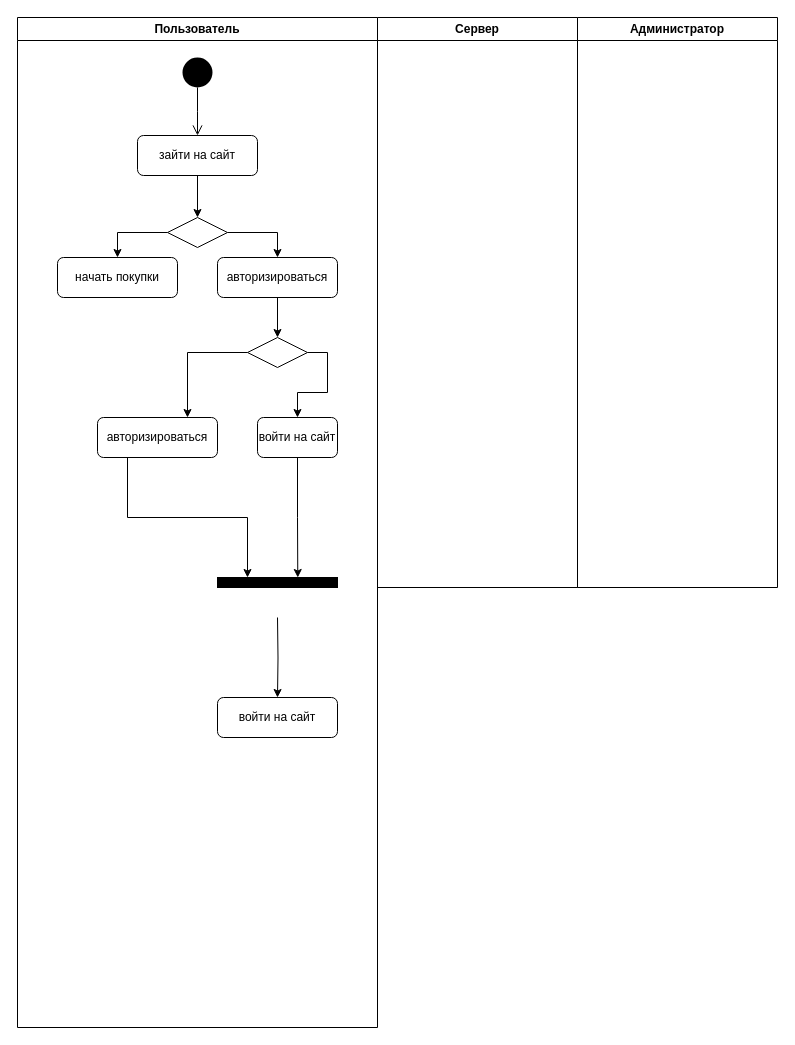
Above: activity.drawio in randomunrandom/MSS (draw.io), before the change. Source tidied: cells renumbered, new cells numbered last; positions are measured from the earlier drawing's top-left corner, leaving out a move shared by most shapes. Both pictures are drawn from the tidied source at 100%, with x=0, y=0 at pixel (17, 17).
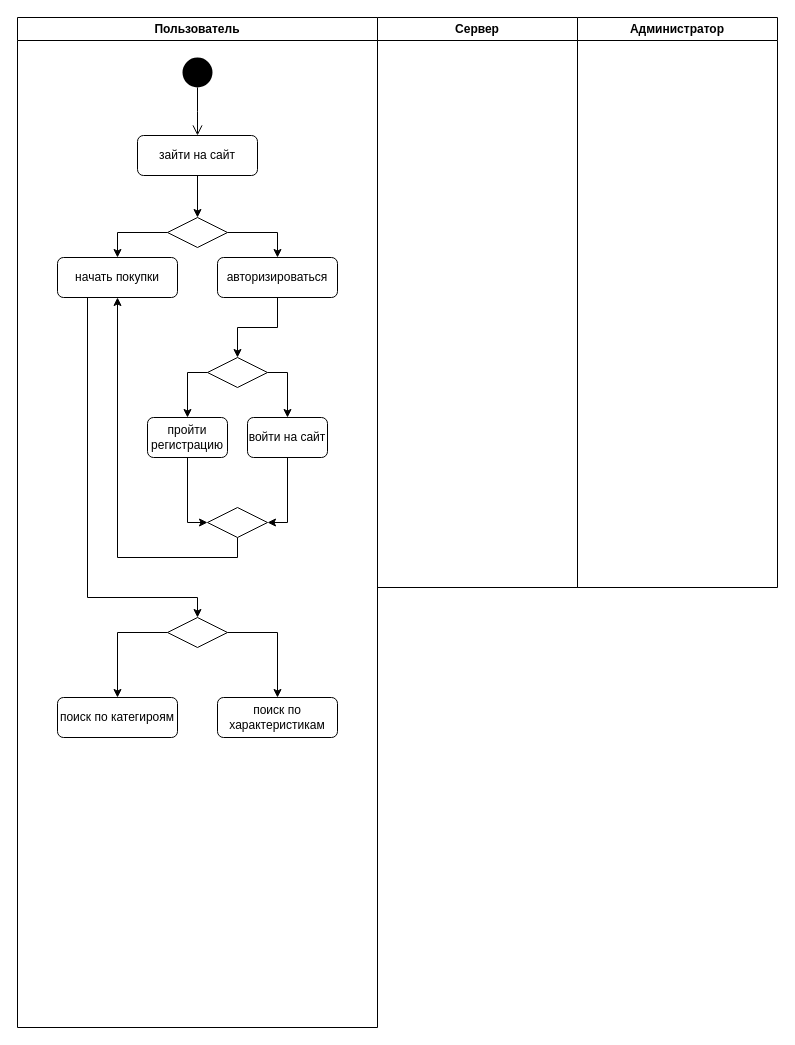
After the change.

The change refers to these unchanged cells:
```xml
<mxCell id="2" value="Пользователь" style="swimlane;whiteSpace=wrap;" parent="1" vertex="1">
  <mxGeometry width="360" height="1010" as="geometry" />
</mxCell>
<mxCell id="18" value="начать покупки" style="rounded=1;whiteSpace=wrap;html=1;fontFamily=Helvetica;fontSize=12;fontColor=#000000;align=center;strokeColor=#000000;fillColor=#ffffff;" parent="2" vertex="1">
  <mxGeometry x="40" y="240" width="120" height="40" as="geometry" />
</mxCell>
```

Diff of the diagram source:
```diff
@@
-    <mxCell id="12" style="edgeStyle=orthogonalEdgeStyle;rounded=0;jettySize=auto;html=1;exitX=0.25;exitY=1;exitDx=0;exitDy=0;entryX=0;entryY=0.75;entryDx=0;entryDy=0;entryPerimeter=0;strokeColor=#000000;" parent="2" edge="1" source="13" target="19">
+    <mxCell id="12" style="edgeStyle=orthogonalEdgeStyle;rounded=0;jettySize=auto;html=1;exitX=0.5;exitY=1;exitDx=0;exitDy=0;entryX=0;entryY=0.5;entryDx=0;entryDy=0;strokeColor=#000000;" parent="2" edge="1" source="13" target="28">
       <mxGeometry relative="1" as="geometry" />
     </mxCell>
-    <mxCell id="13" value="авторизироваться" style="rounded=1;whiteSpace=wrap;html=1;fontFamily=Helvetica;fontSize=12;fontColor=#000000;align=center;strokeColor=#000000;fillColor=#ffffff;" parent="2" vertex="1">
-      <mxGeometry x="80" y="400" width="120" height="40" as="geometry" />
+    <mxCell id="13" value="пройти&lt;br&gt;регистрацию" style="rounded=1;whiteSpace=wrap;html=1;fontFamily=Helvetica;fontSize=12;fontColor=#000000;align=center;strokeColor=#000000;fillColor=#ffffff;" parent="2" vertex="1">
+      <mxGeometry x="130" y="400" width="80" height="40" as="geometry" />
     </mxCell>
-    <mxCell id="14" style="edgeStyle=orthogonalEdgeStyle;rounded=0;jettySize=auto;html=1;exitX=0.5;exitY=1;exitDx=0;exitDy=0;entryX=0;entryY=0.331;entryDx=0;entryDy=0;entryPerimeter=0;strokeColor=#000000;" parent="2" edge="1" source="15" target="19">
+    <mxCell id="14" style="edgeStyle=orthogonalEdgeStyle;rounded=0;jettySize=auto;html=1;exitX=0.5;exitY=1;exitDx=0;exitDy=0;entryX=1;entryY=0.5;entryDx=0;entryDy=0;strokeColor=#000000;" parent="2" edge="1" source="15" target="28">
       <mxGeometry relative="1" as="geometry" />
     </mxCell>
     <mxCell id="15" value="войти на сайт" style="rounded=1;whiteSpace=wrap;html=1;fontFamily=Helvetica;fontSize=12;fontColor=#000000;align=center;strokeColor=#000000;fillColor=#ffffff;" parent="2" vertex="1">
-      <mxGeometry x="240" y="400" width="80" height="40" as="geometry" />
+      <mxGeometry x="230" y="400" width="80" height="40" as="geometry" />
     </mxCell>
-    <mxCell id="16" style="edgeStyle=orthogonalEdgeStyle;rounded=0;jettySize=auto;html=1;strokeColor=#000000;" parent="2" edge="1" target="17">
+    <mxCell id="16" style="edgeStyle=orthogonalEdgeStyle;rounded=0;jettySize=auto;html=1;strokeColor=#000000;entryX=0.5;entryY=1;entryDx=0;entryDy=0;exitX=0.5;exitY=1;exitDx=0;exitDy=0;" parent="2" edge="1" source="28" target="18">
       <mxGeometry relative="1" as="geometry">
-        <mxPoint x="260" y="600" as="sourcePoint" />
+        <Array as="points">
+          <mxPoint x="220" y="540" />
+          <mxPoint x="100" y="540" />
+        </Array>
       </mxGeometry>
     </mxCell>
-    <mxCell id="17" value="войти на сайт" style="rounded=1;whiteSpace=wrap;html=1;fontFamily=Helvetica;fontSize=12;fontColor=#000000;align=center;strokeColor=#000000;fillColor=#ffffff;" parent="2" vertex="1">
-      <mxGeometry x="200" y="680" width="120" height="40" as="geometry" />
-    </mxCell>
@@
-    <mxCell id="19" style="html=1;points=[];perimeter=orthogonalPerimeter;strokeColor=#000000;strokeWidth=1;fillColor=#000000;rotation=90;" parent="2" vertex="1">
-      <mxGeometry x="255" y="505" width="10" height="120" as="geometry" />
-    </mxCell>
@@
-    <mxCell id="21" style="edgeStyle=orthogonalEdgeStyle;rounded=0;jettySize=auto;html=1;exitX=0;exitY=0.5;exitDx=0;exitDy=0;entryX=0.75;entryY=0;entryDx=0;entryDy=0;strokeColor=#000000;" parent="2" edge="1" source="22" target="13">
+    <mxCell id="21" style="edgeStyle=orthogonalEdgeStyle;rounded=0;jettySize=auto;html=1;exitX=0;exitY=0.5;exitDx=0;exitDy=0;entryX=0.5;entryY=0;entryDx=0;entryDy=0;strokeColor=#000000;" parent="2" edge="1" source="22" target="13">
       <mxGeometry relative="1" as="geometry">
         <Array as="points">
-          <mxPoint x="170" y="335" />
+          <mxPoint x="170" y="355" />
         </Array>
       </mxGeometry>
     </mxCell>
     <mxCell id="22" style="rhombus;whiteSpace=wrap;html=1;strokeColor=#000000;strokeWidth=1;fillColor=#FFFFFF;" parent="2" vertex="1">
-      <mxGeometry x="230" y="320" width="60" height="30" as="geometry" />
+      <mxGeometry x="190" y="340" width="60" height="30" as="geometry" />
     </mxCell>
+    <mxCell id="25" style="edgeStyle=orthogonalEdgeStyle;rounded=0;jettySize=auto;html=1;exitX=1;exitY=0.5;exitDx=0;exitDy=0;entryX=0.5;entryY=0;entryDx=0;entryDy=0;strokeColor=#000000;" parent="2" edge="1" source="27" target="30">
+      <mxGeometry relative="1" as="geometry" />
+    </mxCell>
+    <mxCell id="26" style="edgeStyle=orthogonalEdgeStyle;rounded=0;jettySize=auto;html=1;exitX=0;exitY=0.5;exitDx=0;exitDy=0;entryX=0.5;entryY=0;entryDx=0;entryDy=0;strokeColor=#000000;" parent="2" edge="1" source="27" target="29">
+      <mxGeometry relative="1" as="geometry" />
+    </mxCell>
+    <mxCell id="27" style="rhombus;whiteSpace=wrap;html=1;strokeColor=#000000;strokeWidth=1;fillColor=#FFFFFF;" parent="2" vertex="1">
+      <mxGeometry x="150" y="600" width="60" height="30" as="geometry" />
+    </mxCell>
+    <mxCell id="28" style="rhombus;whiteSpace=wrap;html=1;strokeColor=#000000;strokeWidth=1;fillColor=#FFFFFF;" parent="2" vertex="1">
+      <mxGeometry x="190" y="490" width="60" height="30" as="geometry" />
+    </mxCell>
+    <mxCell id="29" value="поиск по категироям" style="rounded=1;whiteSpace=wrap;html=1;fontFamily=Helvetica;fontSize=12;fontColor=#000000;align=center;strokeColor=#000000;fillColor=#ffffff;" parent="2" vertex="1">
+      <mxGeometry x="40" y="680" width="120" height="40" as="geometry" />
+    </mxCell>
+    <mxCell id="30" value="поиск по&lt;br&gt;характеристикам" style="rounded=1;whiteSpace=wrap;html=1;fontFamily=Helvetica;fontSize=12;fontColor=#000000;align=center;strokeColor=#000000;fillColor=#ffffff;" parent="2" vertex="1">
+      <mxGeometry x="200" y="680" width="120" height="40" as="geometry" />
+    </mxCell>
+    <mxCell id="31" style="edgeStyle=orthogonalEdgeStyle;rounded=0;jettySize=auto;html=1;exitX=0.25;exitY=1;exitDx=0;exitDy=0;strokeColor=#000000;entryX=0.5;entryY=0;entryDx=0;entryDy=0;" parent="2" edge="1" source="18" target="27">
+      <mxGeometry relative="1" as="geometry">
+        <Array as="points">
+          <mxPoint x="70" y="580" />
+          <mxPoint x="180" y="580" />
+        </Array>
+      </mxGeometry>
+    </mxCell>
```
